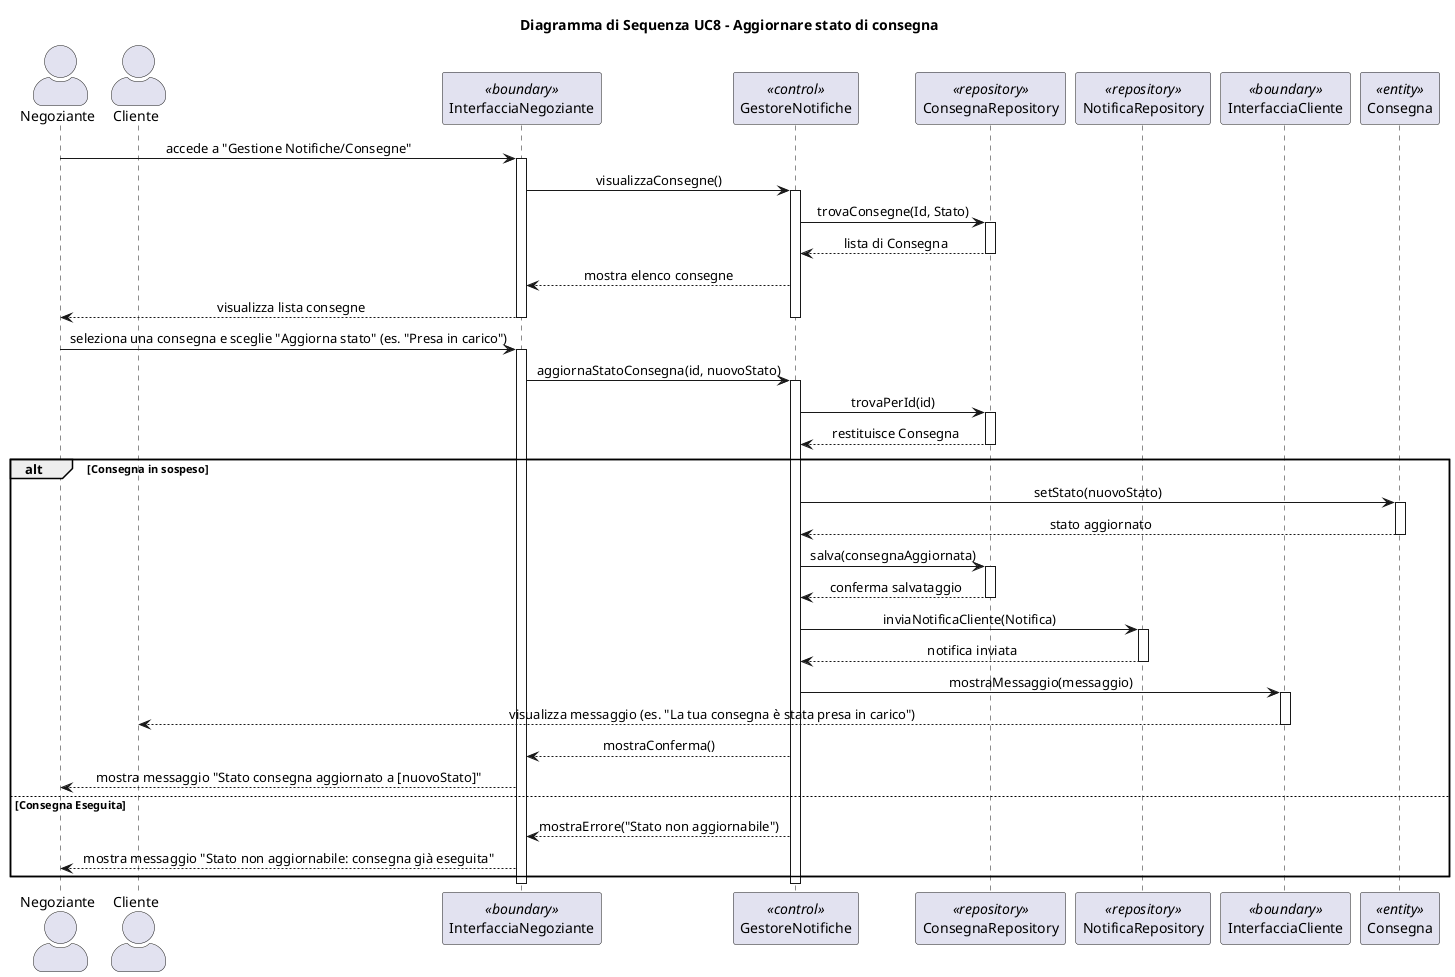
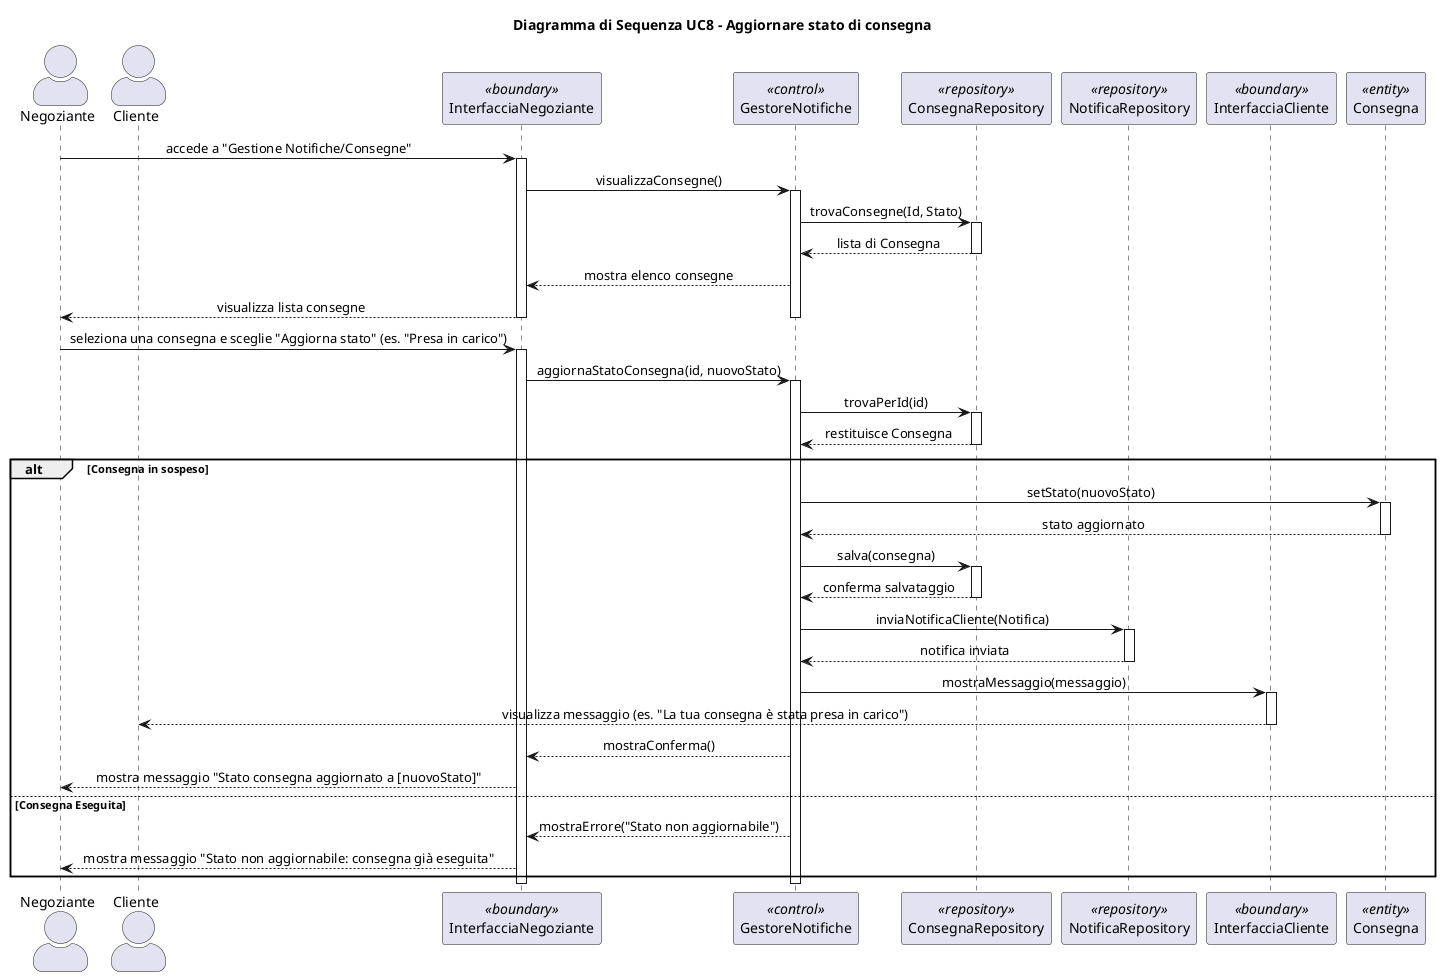
@startuml
skinparam actorStyle awesome
title Diagramma di Sequenza UC8 - Aggiornare stato di consegna
skinparam sequenceMessageAlign center
skinparam responseMessageBelowArrow true

actor "Negoziante" as N
actor "Cliente" as C
participant "InterfacciaNegoziante" as IN <<boundary>>
participant "GestoreNotifiche" as GN <<control>>
participant "ConsegnaRepository" as CR <<repository>>
participant "NotificaRepository" as NR <<repository>>
participant "InterfacciaCliente" as IC <<boundary>>
participant "Consegna" as CON <<entity>>

N -> IN: accede a "Gestione Notifiche/Consegne"
activate IN
IN -> GN: visualizzaConsegne()
activate GN
GN -> CR: trovaConsegne(Id, Stato)
activate CR
CR --> GN: lista di Consegna
deactivate CR
GN --> IN: mostra elenco consegne
IN --> N: visualizza lista consegne
deactivate GN
deactivate IN

N -> IN: seleziona una consegna e sceglie "Aggiorna stato" (es. "Presa in carico")
activate IN
IN -> GN: aggiornaStatoConsegna(id, nuovoStato)
activate GN

GN -> CR: trovaPerId(id)
activate CR
CR --> GN: restituisce Consegna
deactivate CR

alt Consegna in sospeso
    GN -> CON: setStato(nuovoStato)
    activate CON
    CON --> GN: stato aggiornato
    deactivate CON

-     GN -> CR: salva(consegnaAggiornata)
+     GN -> CR: salva(consegna)
    activate CR
    CR --> GN: conferma salvataggio
    deactivate CR

    GN -> NR: inviaNotificaCliente(Notifica)
    activate NR
    NR --> GN: notifica inviata
    deactivate NR

    GN -> IC: mostraMessaggio(messaggio)
    activate IC
    IC --> C: visualizza messaggio (es. "La tua consegna è stata presa in carico")
    deactivate IC

    GN --> IN: mostraConferma()
    IN --> N: mostra messaggio "Stato consegna aggiornato a [nuovoStato]"

else Consegna Eseguita
    GN --> IN: mostraErrore("Stato non aggiornabile")
    IN --> N: mostra messaggio "Stato non aggiornabile: consegna già eseguita"
end

deactivate GN
deactivate IN

@enduml

